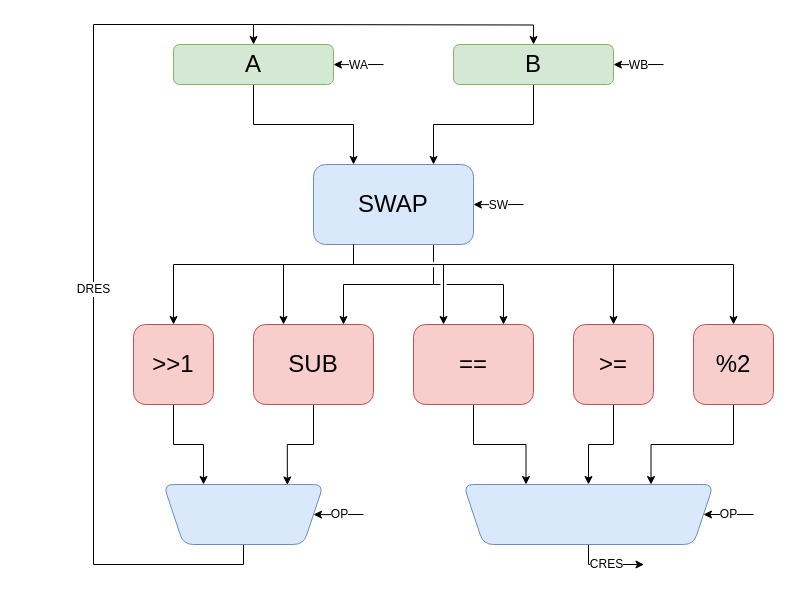
This is page "Datapath" (1 of 2) of doc/pseudocpu.drawio from HummusPrince/PseudoCPU, a draw.io file, before an edit. Source tidied: cells renumbered, new cells numbered last; positions are measured from the earlier drawing's top-left corner, leaving out a move shared by most shapes. Both pictures are drawn from the tidied source at 100%, with x=0, y=0 at pixel (93, 24).
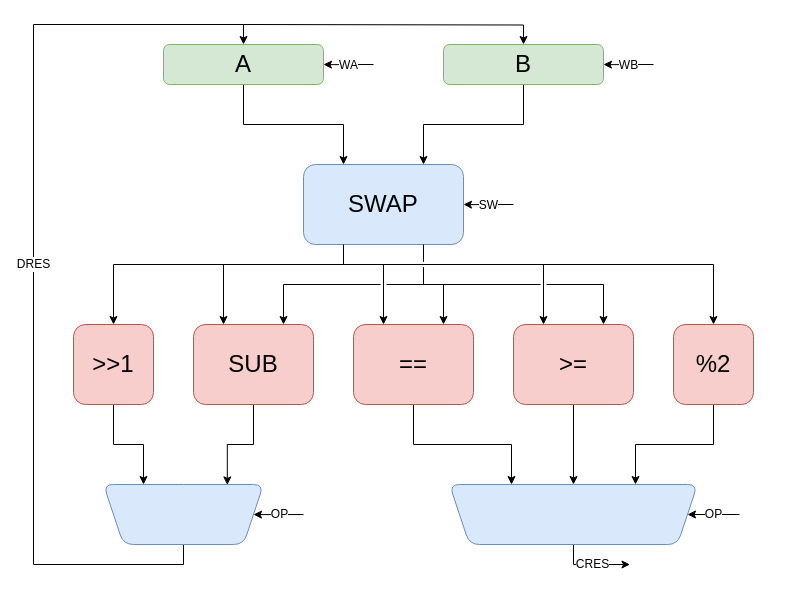
After the change.

Commit message:
Fix schematic >= operator

What changed in the source:
```diff
@@
     <mxCell id="3" value="&lt;div style=&quot;font-size: 24px&quot;&gt;&lt;p style=&quot;font-size: 24px;&quot;&gt;&lt;font style=&quot;font-size: 24px;&quot; face=&quot;Helvetica&quot;&gt;A&lt;/font&gt;&lt;/p&gt;&lt;/div&gt;" style="rounded=1;whiteSpace=wrap;html=1;fillColor=#d5e8d4;strokeColor=#82b366;fontSize=24;" parent="1" vertex="1">
-      <mxGeometry x="80" y="20" width="160" height="40" as="geometry" />
+      <mxGeometry x="70" y="20" width="160" height="40" as="geometry" />
     </mxCell>
@@
     <mxCell id="5" value="&lt;div style=&quot;font-size: 24px&quot;&gt;&lt;p style=&quot;font-size: 24px;&quot;&gt;B&lt;br style=&quot;font-size: 24px;&quot;&gt;&lt;/p&gt;&lt;/div&gt;" style="rounded=1;whiteSpace=wrap;html=1;fillColor=#d5e8d4;strokeColor=#82b366;fontSize=24;fontFamily=Helvetica;" parent="1" vertex="1">
-      <mxGeometry x="360" y="20" width="160" height="40" as="geometry" />
+      <mxGeometry x="350" y="20" width="160" height="40" as="geometry" />
     </mxCell>
     <mxCell id="6" style="edgeStyle=orthogonalEdgeStyle;rounded=0;jettySize=auto;html=1;exitX=0.25;exitY=1;exitDx=0;exitDy=0;fontFamily=Helvetica;fontSize=24;jumpStyle=gap;" parent="1" edge="1" source="12" target="14">
       <mxGeometry relative="1" as="geometry">
         <Array as="points">
-          <mxPoint x="260" y="240" />
-          <mxPoint x="80" y="240" />
+          <mxPoint x="250" y="240" />
+          <mxPoint x="20" y="240" />
         </Array>
       </mxGeometry>
     </mxCell>
-    <mxCell id="7" style="edgeStyle=orthogonalEdgeStyle;rounded=0;jettySize=auto;html=1;exitX=0.25;exitY=1;exitDx=0;exitDy=0;fontFamily=Helvetica;fontSize=24;jumpStyle=gap;" parent="1" edge="1" source="12" target="20">
+    <mxCell id="7" style="edgeStyle=orthogonalEdgeStyle;rounded=0;jettySize=auto;html=1;exitX=0.25;exitY=1;exitDx=0;exitDy=0;fontFamily=Helvetica;fontSize=24;jumpStyle=gap;entryX=0.25;entryY=0;entryDx=0;entryDy=0;" parent="1" edge="1" source="12" target="20">
       <mxGeometry relative="1" as="geometry">
         <Array as="points">
-          <mxPoint x="260" y="240" />
-          <mxPoint x="520" y="240" />
+          <mxPoint x="250" y="240" />
+          <mxPoint x="450" y="240" />
         </Array>
       </mxGeometry>
     </mxCell>
     <mxCell id="8" style="edgeStyle=orthogonalEdgeStyle;rounded=0;jettySize=auto;html=1;exitX=0.25;exitY=1;exitDx=0;exitDy=0;entryX=0.25;entryY=0;entryDx=0;entryDy=0;fontFamily=Helvetica;fontSize=24;jumpStyle=gap;" parent="1" edge="1" source="12" target="16">
       <mxGeometry relative="1" as="geometry">
         <Array as="points">
-          <mxPoint x="260" y="240" />
-          <mxPoint x="190" y="240" />
+          <mxPoint x="250" y="240" />
+          <mxPoint x="130" y="240" />
         </Array>
       </mxGeometry>
     </mxCell>
     <mxCell id="9" style="edgeStyle=orthogonalEdgeStyle;rounded=0;jettySize=auto;html=1;exitX=0.25;exitY=1;exitDx=0;exitDy=0;entryX=0.25;entryY=0;entryDx=0;entryDy=0;fontFamily=Helvetica;fontSize=24;jumpStyle=gap;" parent="1" edge="1" source="12" target="18">
       <mxGeometry relative="1" as="geometry">
         <Array as="points">
-          <mxPoint x="260" y="240" />
-          <mxPoint x="350" y="240" />
+          <mxPoint x="250" y="240" />
+          <mxPoint x="290" y="240" />
         </Array>
       </mxGeometry>
     </mxCell>
@@
     <mxCell id="12" value="SWAP" style="rounded=1;whiteSpace=wrap;html=1;fontFamily=Helvetica;fontSize=24;fillColor=#dae8fc;strokeColor=#6c8ebf;" parent="1" vertex="1">
-      <mxGeometry x="220" y="140" width="160" height="80" as="geometry" />
+      <mxGeometry x="210" y="140" width="160" height="80" as="geometry" />
     </mxCell>
@@
     <mxCell id="14" value="&amp;gt;&amp;gt;1" style="rounded=1;whiteSpace=wrap;html=1;fontFamily=Helvetica;fontSize=24;fillColor=#f8cecc;strokeColor=#b85450;" parent="1" vertex="1">
-      <mxGeometry x="40" y="300" width="80" height="80" as="geometry" />
+      <mxGeometry x="-20" y="300" width="80" height="80" as="geometry" />
     </mxCell>
@@
     <mxCell id="16" value="SUB" style="rounded=1;whiteSpace=wrap;html=1;fontFamily=Helvetica;fontSize=24;fillColor=#f8cecc;strokeColor=#b85450;" parent="1" vertex="1">
-      <mxGeometry x="160" y="300" width="120" height="80" as="geometry" />
+      <mxGeometry x="100" y="300" width="120" height="80" as="geometry" />
     </mxCell>
@@
     <mxCell id="18" value="==" style="rounded=1;whiteSpace=wrap;html=1;fontFamily=Helvetica;fontSize=24;fillColor=#f8cecc;strokeColor=#b85450;" parent="1" vertex="1">
-      <mxGeometry x="320" y="300" width="120" height="80" as="geometry" />
+      <mxGeometry x="260" y="300" width="120" height="80" as="geometry" />
     </mxCell>
@@
     <mxCell id="20" value="&amp;gt;=" style="rounded=1;whiteSpace=wrap;html=1;fontFamily=Helvetica;fontSize=24;fillColor=#f8cecc;strokeColor=#b85450;" parent="1" vertex="1">
-      <mxGeometry x="480" y="300" width="80" height="80" as="geometry" />
+      <mxGeometry x="420" y="300" width="120" height="80" as="geometry" />
     </mxCell>
     <mxCell id="21" value="&lt;div&gt;DRES&lt;/div&gt;" style="edgeStyle=orthogonalEdgeStyle;rounded=0;jumpStyle=gap;jettySize=auto;html=1;exitX=0.5;exitY=0;exitDx=0;exitDy=0;fontFamily=Helvetica;fontSize=12;entryX=0.5;entryY=0;entryDx=0;entryDy=0;" parent="1" edge="1" source="22" target="3">
       <mxGeometry relative="1" as="geometry">
         <Array as="points">
-          <mxPoint x="150" y="540" />
-          <mxPoint y="540" />
-          <mxPoint />
-          <mxPoint x="160" />
+          <mxPoint x="90" y="540" />
+          <mxPoint x="-60" y="540" />
+          <mxPoint x="-60" />
+          <mxPoint x="150" />
         </Array>
       </mxGeometry>
     </mxCell>
     <mxCell id="22" style="shape=trapezoid;perimeter=trapezoidPerimeter;whiteSpace=wrap;html=1;fixedSize=1;fontFamily=Helvetica;fontSize=24;fillColor=#dae8fc;strokeColor=#6c8ebf;rounded=1;rotation=-180;" parent="1" vertex="1">
-      <mxGeometry x="70" y="460" width="160" height="60" as="geometry" />
+      <mxGeometry x="10" y="460" width="160" height="60" as="geometry" />
     </mxCell>
     <mxCell id="23" value="CRES" style="edgeStyle=orthogonalEdgeStyle;rounded=0;jumpStyle=gap;jettySize=auto;html=1;exitX=0.5;exitY=0;exitDx=0;exitDy=0;fontFamily=Helvetica;fontSize=12;" parent="1" edge="1" source="24">
       <mxGeometry relative="1" as="geometry">
-        <mxPoint x="550" y="540" as="targetPoint" />
+        <mxPoint x="536" y="540" as="targetPoint" />
       </mxGeometry>
     </mxCell>
     <mxCell id="24" style="shape=trapezoid;perimeter=trapezoidPerimeter;whiteSpace=wrap;html=1;fixedSize=1;fontFamily=Helvetica;fontSize=24;fillColor=#dae8fc;strokeColor=#6c8ebf;rounded=1;rotation=-180;" parent="1" vertex="1">
-      <mxGeometry x="370" y="460" width="250" height="60" as="geometry" />
+      <mxGeometry x="356" y="460" width="248" height="60" as="geometry" />
     </mxCell>
     <mxCell id="25" style="endArrow=classic;html=1;rounded=0;fontFamily=Helvetica;fontSize=24;jumpStyle=gap;edgeStyle=orthogonalEdgeStyle;entryX=0.5;entryY=0;entryDx=0;entryDy=0;" parent="1" edge="1" target="5">
       <mxGeometry relative="1" as="geometry">
-        <mxPoint x="160" as="sourcePoint" />
+        <mxPoint x="150" as="sourcePoint" />
       </mxGeometry>
     </mxCell>
     <mxCell id="26" value="WA" style="endArrow=classic;html=1;rounded=0;fontFamily=Helvetica;fontSize=12;jumpStyle=gap;entryX=1;entryY=0.5;entryDx=0;entryDy=0;edgeStyle=orthogonalEdgeStyle;" parent="1" edge="1" target="3">
       <mxGeometry relative="1" as="geometry">
-        <mxPoint x="290" y="40" as="sourcePoint" />
+        <mxPoint x="280" y="40" as="sourcePoint" />
       </mxGeometry>
     </mxCell>
     <mxCell id="27" value="WB" style="endArrow=classic;html=1;rounded=0;fontFamily=Helvetica;fontSize=12;jumpStyle=gap;entryX=1;entryY=0.5;entryDx=0;entryDy=0;edgeStyle=orthogonalEdgeStyle;" parent="1" edge="1" target="5">
       <mxGeometry relative="1" as="geometry">
-        <mxPoint x="570" y="40" as="sourcePoint" />
+        <mxPoint x="560" y="40" as="sourcePoint" />
       </mxGeometry>
     </mxCell>
     <mxCell id="28" value="SW" style="endArrow=classic;html=1;rounded=0;fontFamily=Helvetica;fontSize=12;jumpStyle=gap;edgeStyle=orthogonalEdgeStyle;entryX=1;entryY=0.5;entryDx=0;entryDy=0;" parent="1" edge="1" target="12">
       <mxGeometry relative="1" as="geometry">
-        <mxPoint x="430" y="180" as="sourcePoint" />
+        <mxPoint x="420" y="180" as="sourcePoint" />
       </mxGeometry>
     </mxCell>
     <mxCell id="29" value="OP" style="endArrow=classic;html=1;rounded=0;fontFamily=Helvetica;fontSize=12;jumpStyle=gap;entryX=0;entryY=0.5;entryDx=0;entryDy=0;edgeStyle=orthogonalEdgeStyle;" parent="1" edge="1" target="22">
       <mxGeometry relative="1" as="geometry">
-        <mxPoint x="270" y="490" as="sourcePoint" />
+        <mxPoint x="210" y="490" as="sourcePoint" />
       </mxGeometry>
     </mxCell>
     <mxCell id="30" value="OP" style="endArrow=classic;html=1;rounded=0;fontFamily=Helvetica;fontSize=12;jumpStyle=gap;edgeStyle=orthogonalEdgeStyle;entryX=0;entryY=0.5;entryDx=0;entryDy=0;" parent="1" edge="1" target="24">
       <mxGeometry relative="1" as="geometry">
-        <mxPoint x="660" y="490" as="sourcePoint" />
+        <mxPoint x="646" y="490" as="sourcePoint" />
         <Array as="points">
-          <mxPoint x="640" y="490" />
-          <mxPoint x="640" y="490" />
+          <mxPoint x="626" y="490" />
+          <mxPoint x="626" y="490" />
         </Array>
       </mxGeometry>
     </mxCell>
@@
     <mxCell id="32" value="%2" style="rounded=1;whiteSpace=wrap;html=1;fontFamily=Helvetica;fontSize=24;fillColor=#f8cecc;strokeColor=#b85450;" parent="1" vertex="1">
-      <mxGeometry x="600" y="300" width="80" height="80" as="geometry" />
+      <mxGeometry x="580" y="300" width="80" height="80" as="geometry" />
     </mxCell>
     <mxCell id="33" style="edgeStyle=orthogonalEdgeStyle;rounded=0;jettySize=auto;html=1;exitX=0.25;exitY=1;exitDx=0;exitDy=0;fontFamily=Helvetica;fontSize=24;jumpStyle=gap;entryX=0.5;entryY=0;entryDx=0;entryDy=0;" parent="1" edge="1" source="12" target="32">
       <mxGeometry relative="1" as="geometry">
         <Array as="points">
-          <mxPoint x="260" y="240" />
-          <mxPoint x="640" y="240" />
+          <mxPoint x="250" y="240" />
+          <mxPoint x="620" y="240" />
         </Array>
       </mxGeometry>
     </mxCell>
+    <mxCell id="34" style="edgeStyle=orthogonalEdgeStyle;rounded=0;jettySize=auto;html=1;exitX=0.75;exitY=1;exitDx=0;exitDy=0;entryX=0.75;entryY=0;entryDx=0;entryDy=0;fontFamily=Helvetica;fontSize=24;jumpStyle=gap;" parent="1" edge="1" source="12" target="20">
+      <mxGeometry relative="1" as="geometry" />
+    </mxCell>
```
